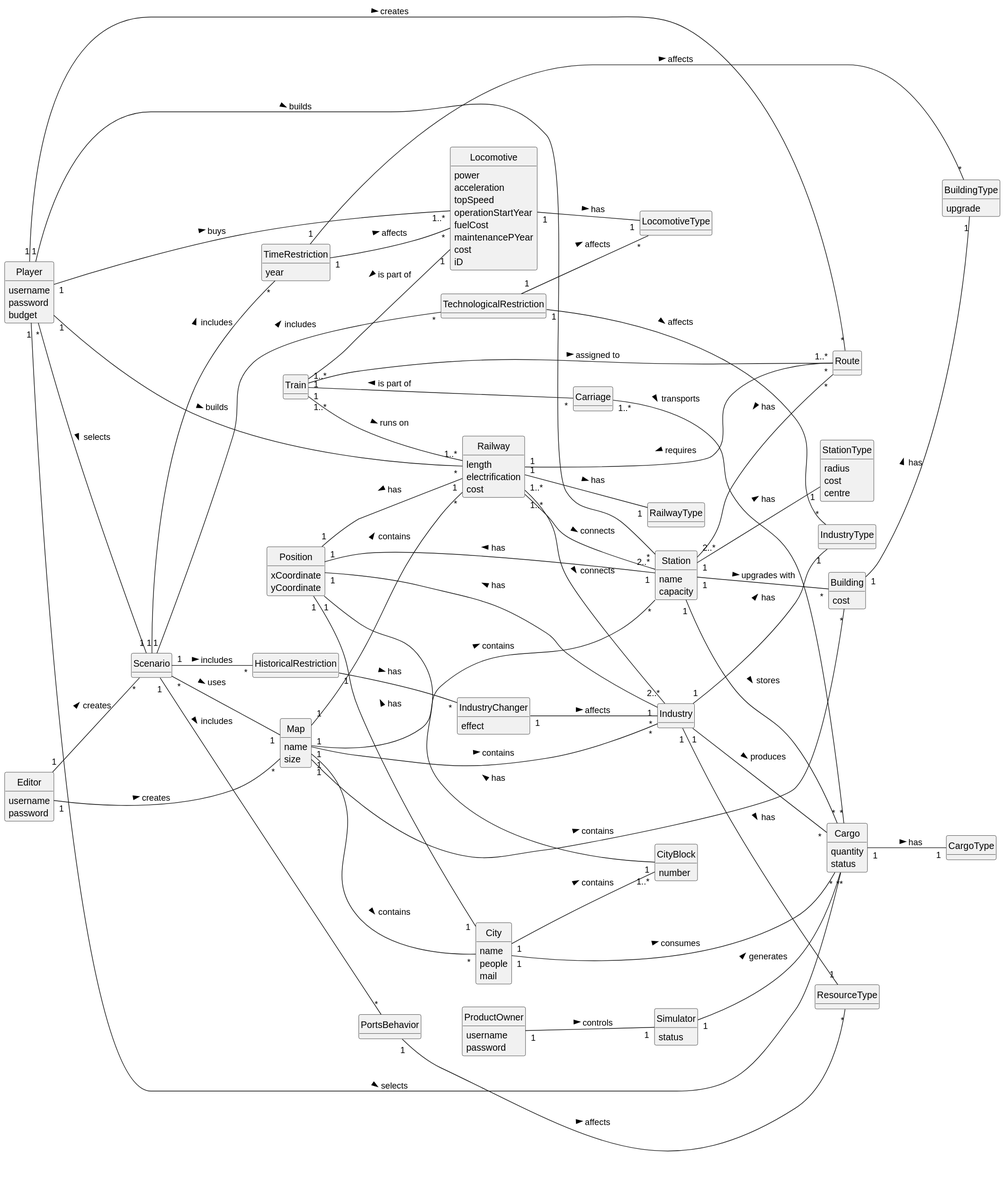
This is Sprint2/global-artifacts/02.analysis/svg/DM.svg from 1240935/pi2-railway-simulator, a PlantUML export, as it was before one commit.
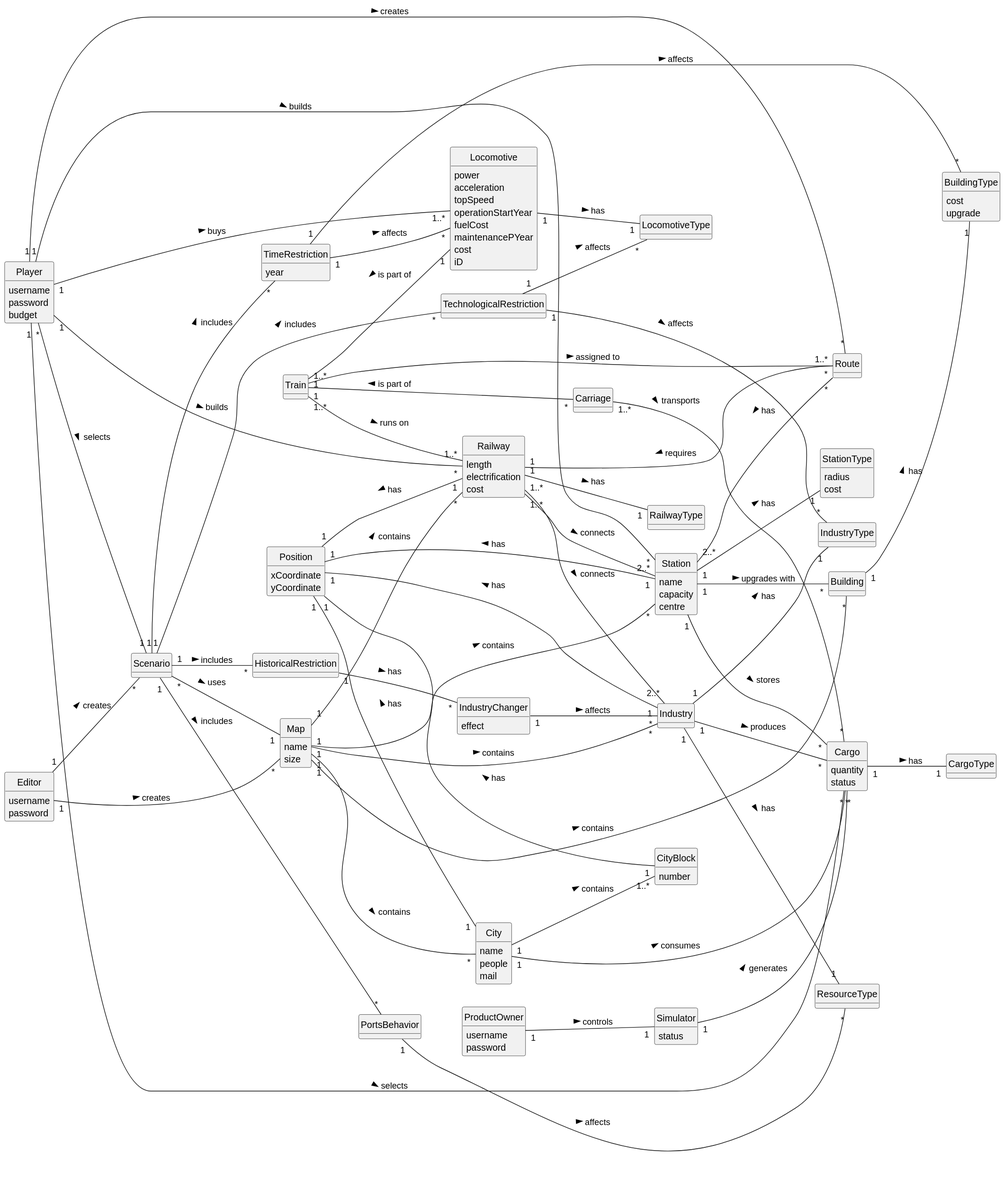
Above is the later version.

The edit, as a diff of the source:
```diff
@@ -32,19 +32,19 @@
 class Station {
     name
     capacity
+    centre
 }
 
 class StationType{
     radius
     cost
-    centre
 }
 
 class Building {
-    cost
 }
 
 class BuildingType {
+    cost
     upgrade
 }
 
```
